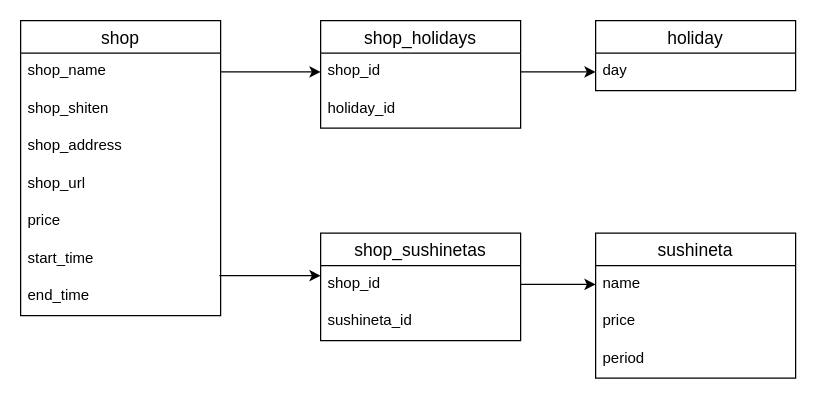
ryotaro960/sushineta keeps this draw.io diagram as ER.dio. Above is the earlier version. Source tidied: cells renumbered, new cells numbered last; positions are measured from the earlier drawing's top-left corner, leaving out a move shared by most shapes. Both pictures are drawn from the tidied source at 125%, with x=0, y=0 at pixel (20, 20).
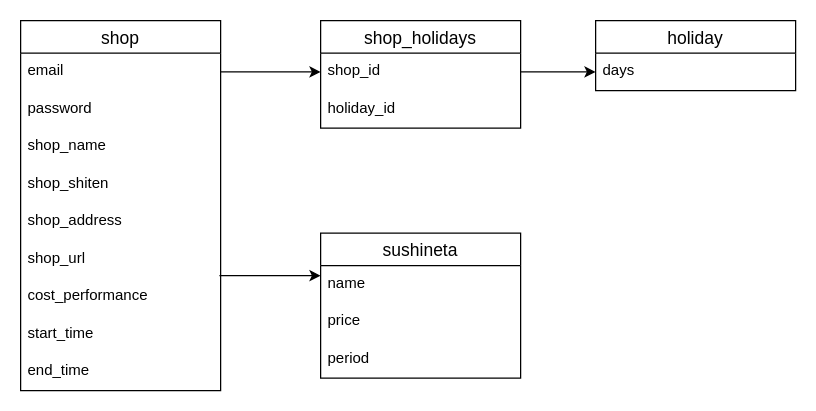
Above is the later version.

The change refers to these unchanged cells:
```xml
<mxCell id="11" value="shop_id" style="text;strokeColor=none;fillColor=none;spacingLeft=4;spacingRight=4;overflow=hidden;points=[[0,0.5],[1,0.5]];portConstraint=eastwest;fontSize=12;" parent="10" vertex="1">
  <mxGeometry y="26" width="160" height="30" as="geometry" />
</mxCell>
<mxCell id="13" value="holiday" style="swimlane;fontStyle=0;horizontal=1;startSize=26;align=center;fontSize=14;" parent="1" vertex="1">
  <mxGeometry x="460" width="160" height="56" as="geometry" />
</mxCell>
<mxCell id="18" value="name" style="text;strokeColor=none;fillColor=none;spacingLeft=4;spacingRight=4;overflow=hidden;points=[[0,0.5],[1,0.5]];portConstraint=eastwest;fontSize=12;" parent="17" vertex="1">
  <mxGeometry y="26" width="160" height="30" as="geometry" />
</mxCell>
```

Change to the diagram source:
```diff
@@
     <mxCell id="2" value="shop" style="swimlane;fontStyle=0;horizontal=1;startSize=26;align=center;fontSize=14;" parent="1" vertex="1">
-      <mxGeometry width="160" height="236" as="geometry" />
+      <mxGeometry width="160" height="296" as="geometry" />
     </mxCell>
+    <mxCell id="26" value="email" style="text;strokeColor=none;fillColor=none;spacingLeft=4;spacingRight=4;overflow=hidden;points=[[0,0.5],[1,0.5]];portConstraint=eastwest;fontSize=12;" parent="2" vertex="1">
+      <mxGeometry y="26" width="160" height="30" as="geometry" />
+    </mxCell>
+    <mxCell id="27" value="password" style="text;strokeColor=none;fillColor=none;spacingLeft=4;spacingRight=4;overflow=hidden;fontSize=12;" parent="2" vertex="1">
+      <mxGeometry y="56" width="160" height="30" as="geometry" />
+    </mxCell>
     <mxCell id="3" value="shop_name" style="text;strokeColor=none;fillColor=none;spacingLeft=4;spacingRight=4;overflow=hidden;points=[[0,0.5],[1,0.5]];portConstraint=eastwest;fontSize=12;" parent="2" vertex="1">
-      <mxGeometry y="26" width="160" height="30" as="geometry" />
+      <mxGeometry y="86" width="160" height="30" as="geometry" />
     </mxCell>
     <mxCell id="4" value="shop_shiten" style="text;strokeColor=none;fillColor=none;spacingLeft=4;spacingRight=4;overflow=hidden;fontSize=12;" parent="2" vertex="1">
-      <mxGeometry y="56" width="160" height="30" as="geometry" />
+      <mxGeometry y="116" width="160" height="30" as="geometry" />
     </mxCell>
     <mxCell id="5" value="shop_address" style="text;strokeColor=none;fillColor=none;spacingLeft=4;spacingRight=4;overflow=hidden;fontSize=12;" parent="2" vertex="1">
-      <mxGeometry y="86" width="160" height="30" as="geometry" />
+      <mxGeometry y="146" width="160" height="30" as="geometry" />
     </mxCell>
     <mxCell id="6" value="shop_url" style="text;strokeColor=none;fillColor=none;spacingLeft=4;spacingRight=4;overflow=hidden;fontSize=12;" parent="2" vertex="1">
-      <mxGeometry y="116" width="160" height="30" as="geometry" />
+      <mxGeometry y="176" width="160" height="30" as="geometry" />
     </mxCell>
-    <mxCell id="7" value="price" style="text;strokeColor=none;fillColor=none;spacingLeft=4;spacingRight=4;overflow=hidden;points=[[0,0.5],[1,0.5]];portConstraint=eastwest;fontSize=12;" parent="2" vertex="1">
-      <mxGeometry y="146" width="160" height="30" as="geometry" />
+    <mxCell id="7" value="cost_performance" style="text;strokeColor=none;fillColor=none;spacingLeft=4;spacingRight=4;overflow=hidden;points=[[0,0.5],[1,0.5]];portConstraint=eastwest;fontSize=12;" parent="2" vertex="1">
+      <mxGeometry y="206" width="160" height="30" as="geometry" />
     </mxCell>
     <mxCell id="8" value="start_time" style="text;strokeColor=none;fillColor=none;spacingLeft=4;spacingRight=4;overflow=hidden;fontSize=12;" parent="2" vertex="1">
-      <mxGeometry y="176" width="160" height="30" as="geometry" />
+      <mxGeometry y="236" width="160" height="30" as="geometry" />
     </mxCell>
     <mxCell id="9" value="end_time" style="text;strokeColor=none;fillColor=none;spacingLeft=4;spacingRight=4;overflow=hidden;points=[[0,0.5],[1,0.5]];portConstraint=eastwest;fontSize=12;" parent="2" vertex="1">
-      <mxGeometry y="206" width="160" height="30" as="geometry" />
+      <mxGeometry y="266" width="160" height="30" as="geometry" />
     </mxCell>
@@
-    <mxCell id="14" value="day" style="text;strokeColor=none;fillColor=none;spacingLeft=4;spacingRight=4;overflow=hidden;points=[[0,0.5],[1,0.5]];portConstraint=eastwest;fontSize=12;" parent="13" vertex="1">
+    <mxCell id="14" value="days" style="text;strokeColor=none;fillColor=none;spacingLeft=4;spacingRight=4;overflow=hidden;points=[[0,0.5],[1,0.5]];portConstraint=eastwest;fontSize=12;" parent="13" vertex="1">
       <mxGeometry y="26" width="160" height="30" as="geometry" />
     </mxCell>
-    <mxCell id="15" style="edgeStyle=none;html=1;exitX=1;exitY=0.5;exitDx=0;exitDy=0;entryX=0;entryY=0.5;entryDx=0;entryDy=0;" parent="1" edge="1" source="3" target="11">
+    <mxCell id="15" style="edgeStyle=none;html=1;exitX=1;exitY=0.5;exitDx=0;exitDy=0;entryX=0;entryY=0.5;entryDx=0;entryDy=0;" parent="1" edge="1" source="26" target="11">
       <mxGeometry relative="1" as="geometry" />
     </mxCell>
@@
     <mxCell id="17" value="sushineta" style="swimlane;fontStyle=0;horizontal=1;startSize=26;align=center;fontSize=14;" parent="1" vertex="1">
-      <mxGeometry x="460" y="170" width="160" height="116" as="geometry" />
+      <mxGeometry x="240" y="170" width="160" height="116" as="geometry" />
     </mxCell>
@@
-    <mxCell id="21" value="shop_sushinetas" style="swimlane;fontStyle=0;horizontal=1;startSize=26;align=center;fontSize=14;" parent="1" vertex="1">
-      <mxGeometry x="240" y="170" width="160" height="86" as="geometry" />
-    </mxCell>
-    <mxCell id="22" value="shop_id" style="text;strokeColor=none;fillColor=none;spacingLeft=4;spacingRight=4;overflow=hidden;points=[[0,0.5],[1,0.5]];portConstraint=eastwest;fontSize=12;" parent="21" vertex="1">
-      <mxGeometry y="26" width="160" height="30" as="geometry" />
-    </mxCell>
-    <mxCell id="23" value="sushineta_id" style="text;strokeColor=none;fillColor=none;spacingLeft=4;spacingRight=4;overflow=hidden;fontSize=12;" parent="21" vertex="1">
-      <mxGeometry y="56" width="160" height="30" as="geometry" />
-    </mxCell>
-    <mxCell id="24" style="edgeStyle=none;html=1;exitX=0.994;exitY=-0.067;exitDx=0;exitDy=0;exitPerimeter=0;" parent="1" edge="1" source="9">
+    <mxCell id="24" style="edgeStyle=none;html=1;exitX=0.994;exitY=-0.067;exitDx=0;exitDy=0;exitPerimeter=0;" parent="1" edge="1" source="7">
       <mxGeometry relative="1" as="geometry">
         <mxPoint x="240" y="204" as="targetPoint" />
       </mxGeometry>
     </mxCell>
-    <mxCell id="25" style="edgeStyle=none;html=1;exitX=1;exitY=0.5;exitDx=0;exitDy=0;entryX=0;entryY=0.5;entryDx=0;entryDy=0;" parent="1" edge="1" source="22" target="18">
-      <mxGeometry relative="1" as="geometry" />
-    </mxCell>
```
